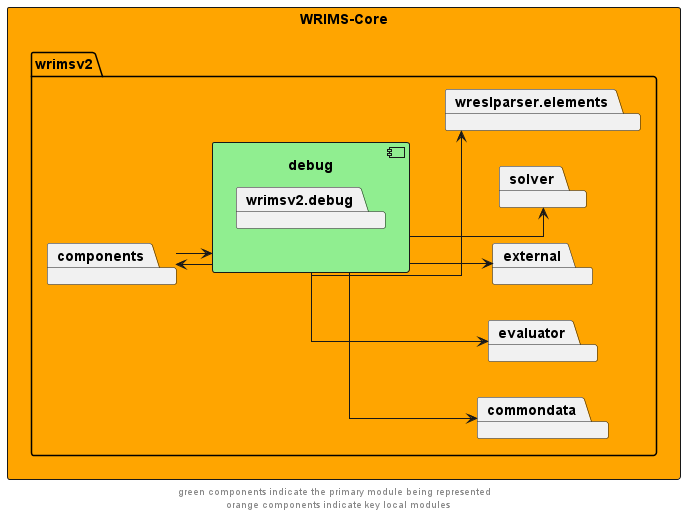
Above: docs/diagrams/wrims-core/wrims-core_debug.png in CentralValleyModeling/wrims (PlantUML), before the change.
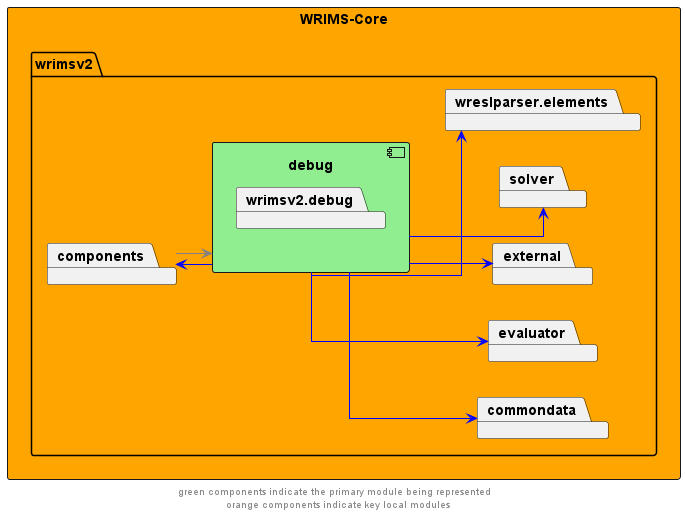
Later version of the same file.

Diff of the diagram source:
```diff
@@ -17,13 +17,13 @@
     package wreslparser.elements
 }
 
-debug -->  components
-components -->  debug
-debug -->  commondata
-debug -->  evaluator
-debug -->  external
-debug -->  solver
-debug -->  wreslparser.elements
+debug -->  components #blue
+components -->  debug #grey
+debug -->  commondata #blue
+debug -->  evaluator #blue
+debug -->  external #blue
+debug -->  solver #blue
+debug -->  wreslparser.elements #blue
 
 
 footer "green components indicate the primary module being represented \n orange components indicate key local modules"
```
